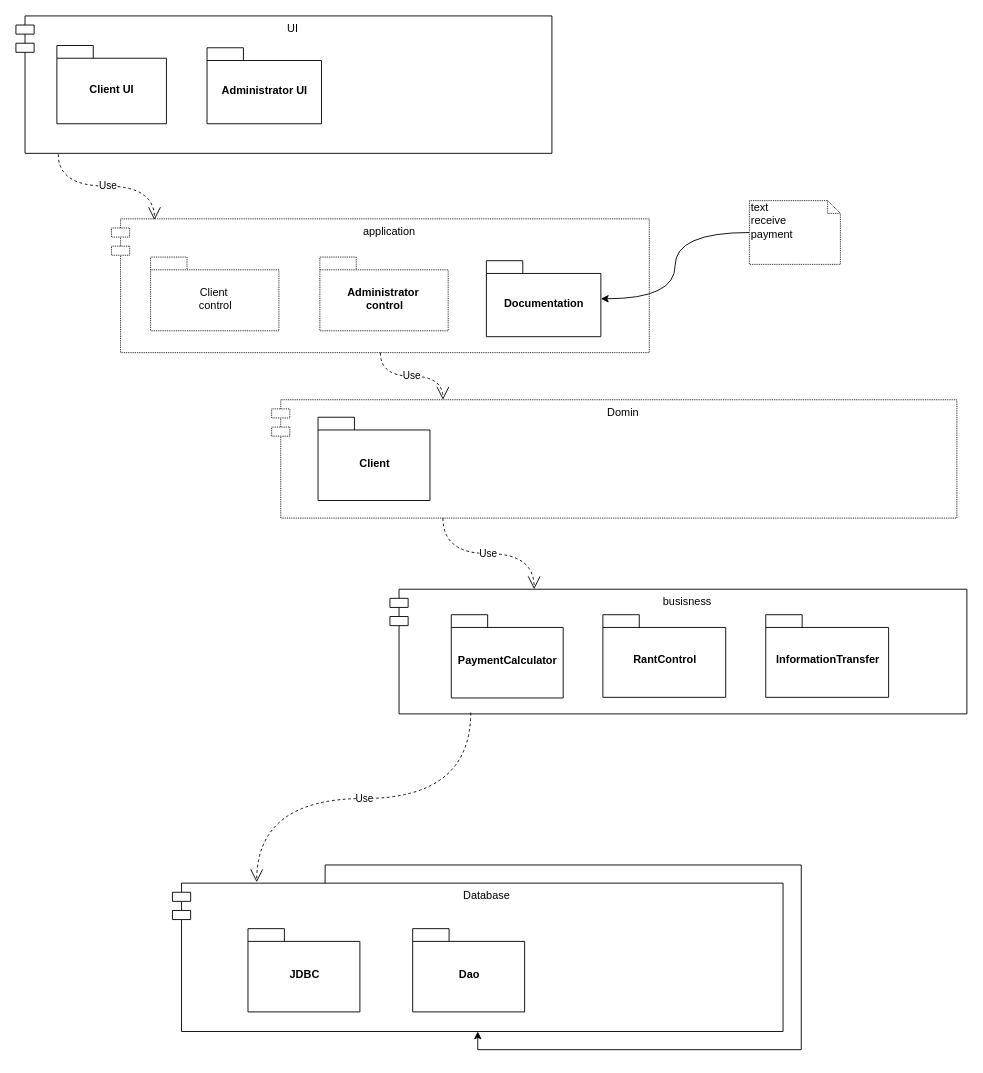
The draw.io diagram page "Architecture" (2 of 2) of Document/DomainModel.drawio in Fei-D20/The_Autocamper_rental_business, before the edit. Source tidied: cells renumbered, new cells numbered last; positions are measured from the earlier drawing's top-left corner, leaving out a move shared by most shapes. Both pictures are drawn from the tidied source at 91%, with x=0, y=0 at pixel (15, 15).
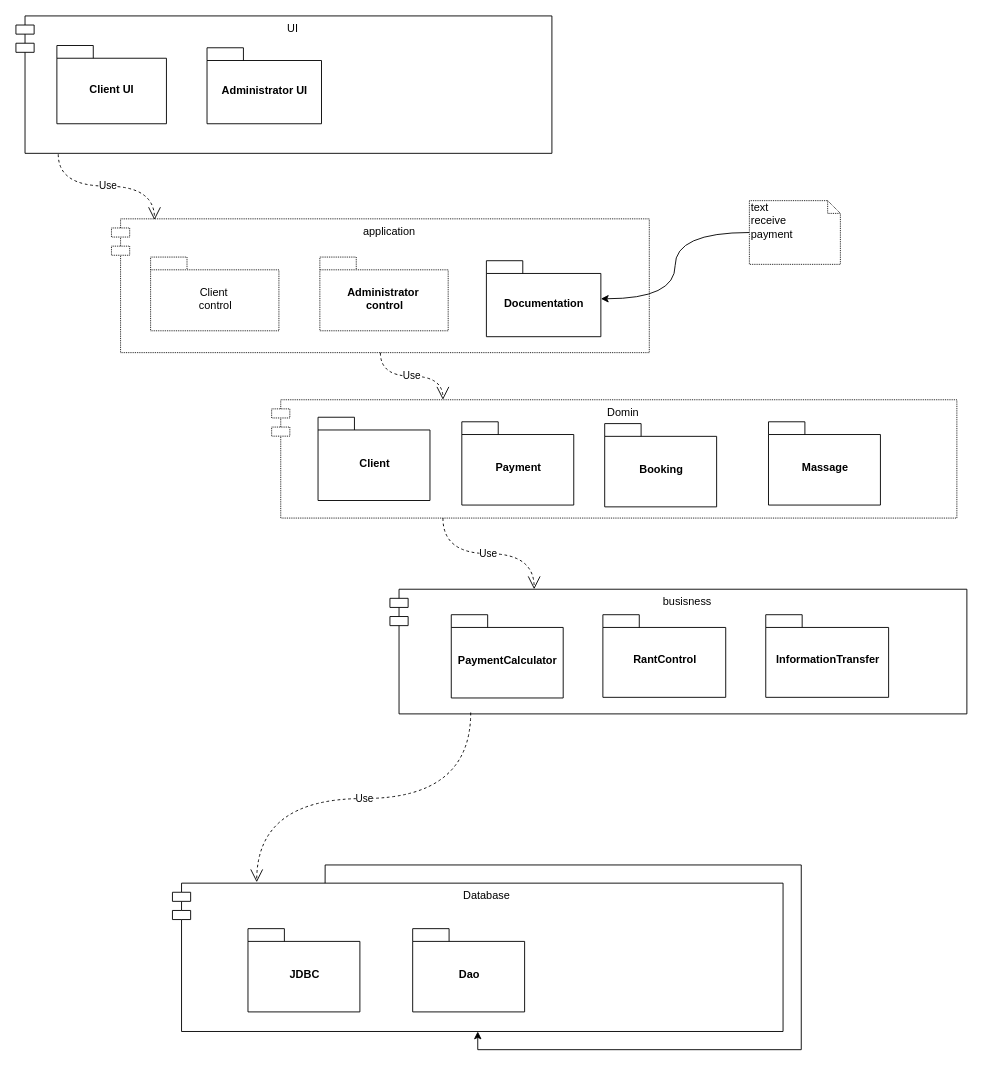
The same diagram, later.

Commit message:
correct Domain Model

Change to the diagram source:
```diff
@@
+    <mxCell id="25" value="Payment" style="shape=folder;fontStyle=1;spacingTop=10;tabWidth=40;tabHeight=14;tabPosition=left;html=1;" parent="1" vertex="1">
+      <mxGeometry x="490" y="446" width="123" height="91.5" as="geometry" />
+    </mxCell>
+    <mxCell id="26" value="Booking" style="shape=folder;fontStyle=1;spacingTop=10;tabWidth=40;tabHeight=14;tabPosition=left;html=1;" parent="1" vertex="1">
+      <mxGeometry x="647" y="448" width="123" height="91.5" as="geometry" />
+    </mxCell>
+    <mxCell id="27" value="Massage" style="shape=folder;fontStyle=1;spacingTop=10;tabWidth=40;tabHeight=14;tabPosition=left;html=1;" parent="1" vertex="1">
+      <mxGeometry x="827" y="446" width="123" height="91.5" as="geometry" />
+    </mxCell>
```
